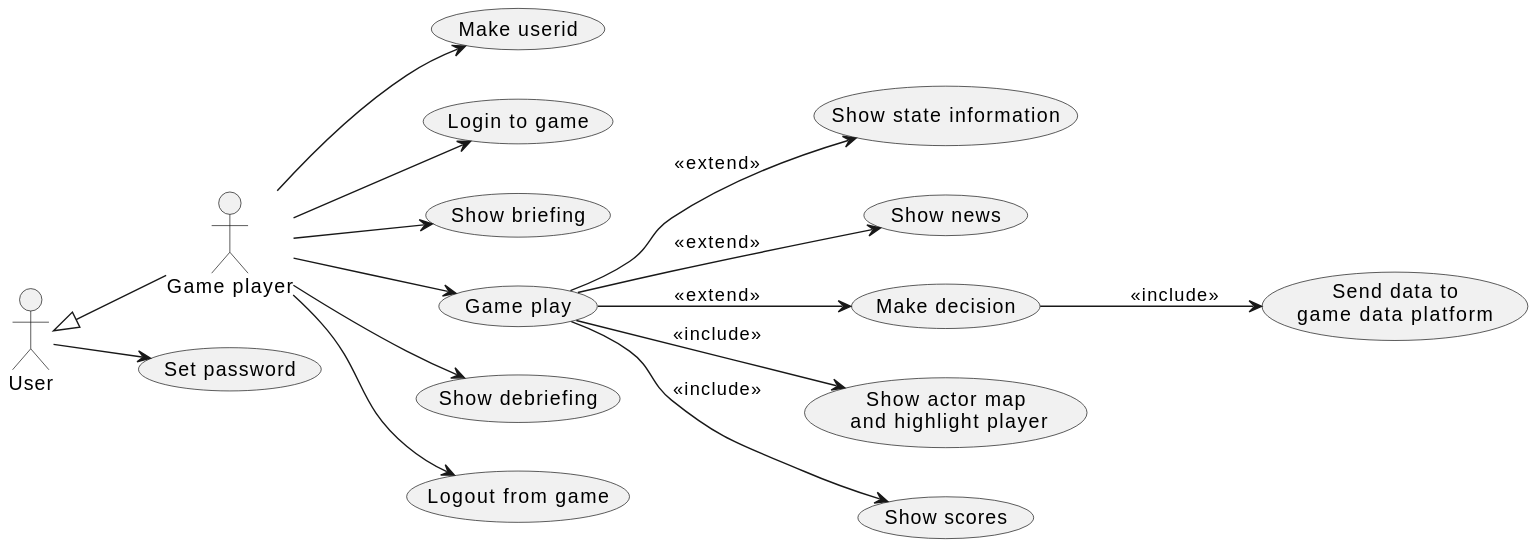
averbraeck/gscg-design keeps this PlantUML diagram as doc/1-use-cases/diagrams/game-play.svg. Above is the earlier version.
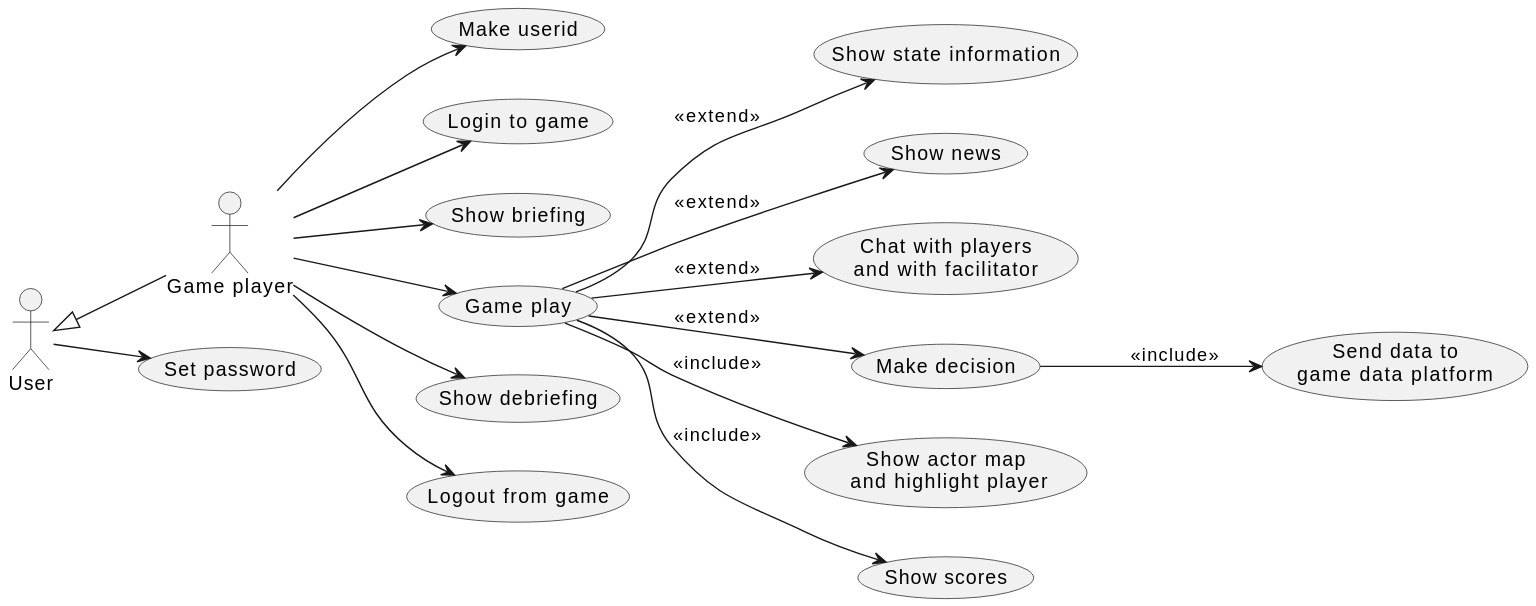
After the commit.

Change to the diagram source:
```diff
@@ -14,6 +14,7 @@
 GP --> (Game play)
 (Game play) --> (Show state information) : << extend >>
 (Game play) --> (Show news) : << extend >>
+(Game play) --> (Chat with players\nand with facilitator) : << extend >>
 (Game play) --> (Make decision) : << extend >>
 (Game play) --> (Show actor map\n and highlight player) : << include >>
 (Game play) --> (Show scores) : << include >>
```
